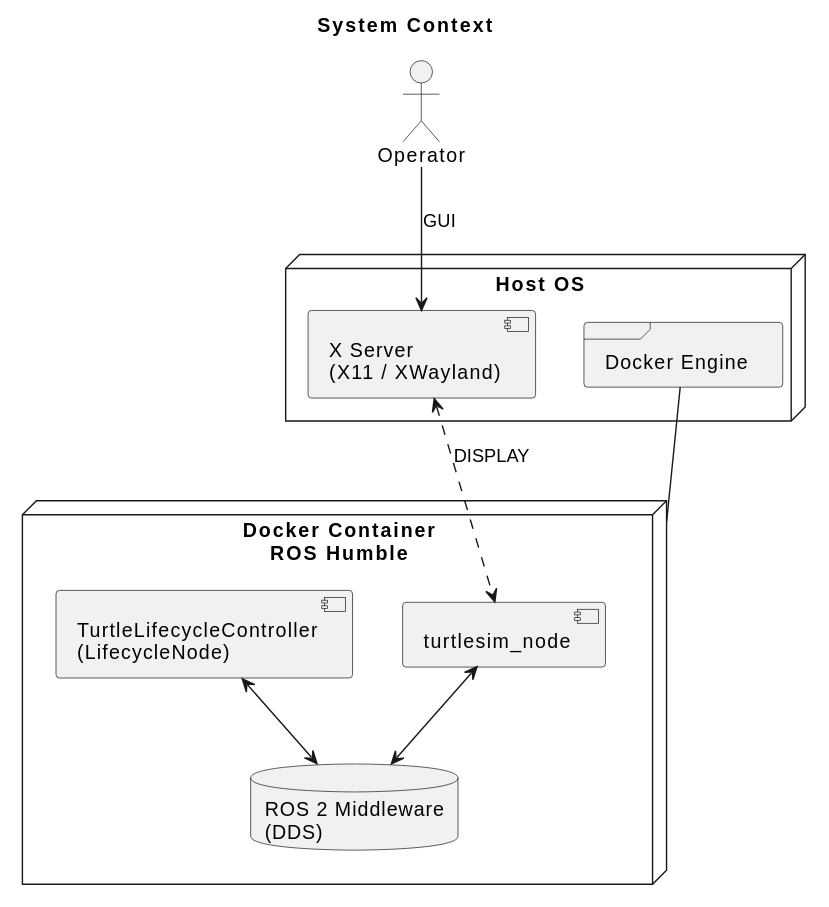
ptiwari0664/steerai_demo_lifecycle_controller keeps this PlantUML diagram as code/steerai_demo_lifecycle_controller/docs/svg/system-context.svg. Above is the earlier version.
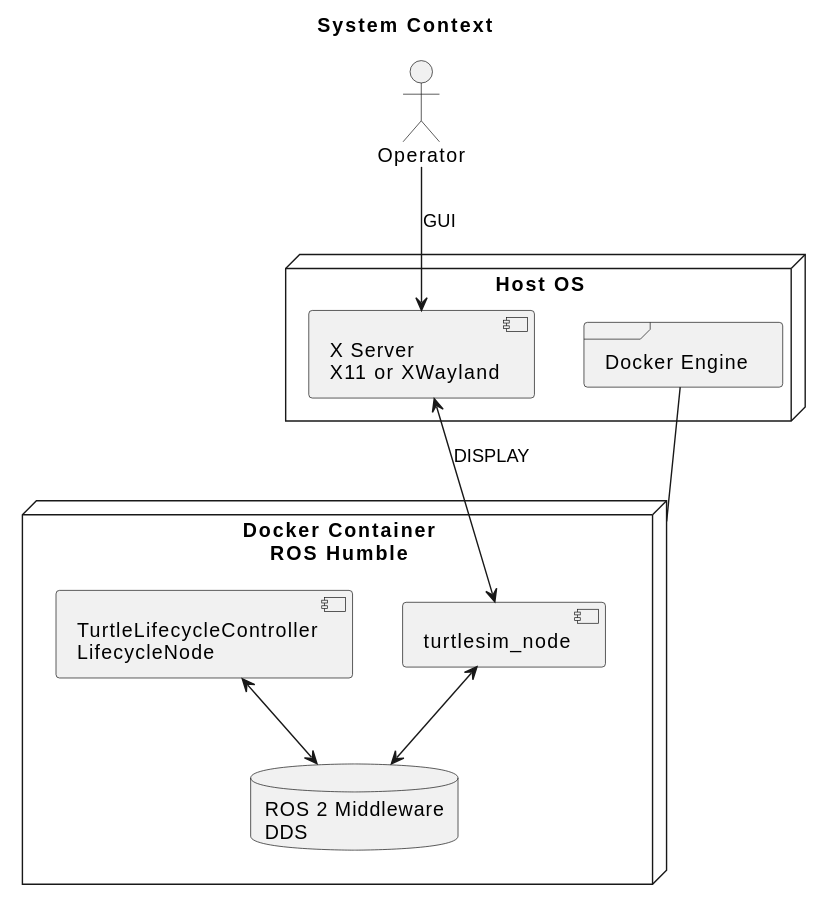
The same diagram one commit later.

Commit message:
correcting white background svg to transparent

The edit, as a diff of the source:
```diff
@@ -4,18 +4,18 @@
 actor "Operator" as User
 
 node "Host OS" as Host {
-  component "X Server\n(X11 / XWayland)" as X11
+  component "X Server\nX11 or XWayland" as X11
   frame "Docker Engine" as Docker
 }
 
 node "Docker Container\nROS Humble" as C {
   component "turtlesim_node" as Turtlesim
-  component "TurtleLifecycleController\n(LifecycleNode)" as Ctrl
-  database "ROS 2 Middleware\n(DDS)" as DDS
+  component "TurtleLifecycleController\nLifecycleNode" as Ctrl
+  database "ROS 2 Middleware\nDDS" as DDS
 }
 
 User --> X11 : GUI
-X11 <..> Turtlesim : DISPLAY
+X11 <--> Turtlesim : DISPLAY
 Ctrl <--> DDS
 Turtlesim <--> DDS
 Docker -- C
```
